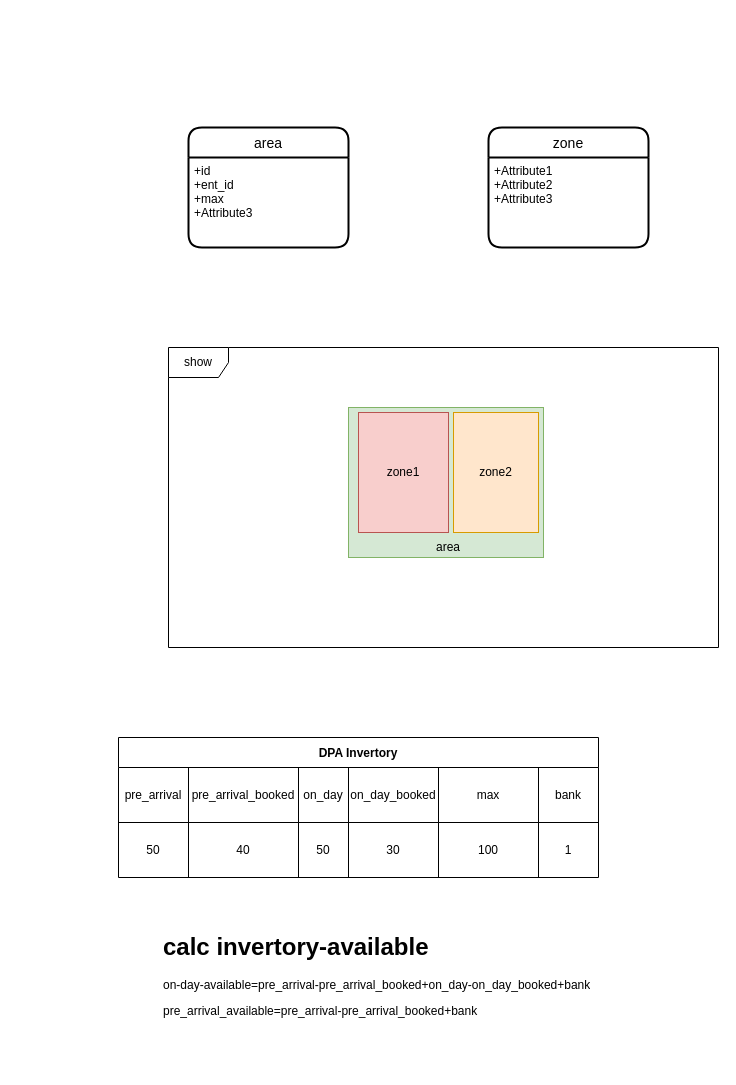
This is disney/ent_inventory_datad_structure.drawio from lixyu/draw, a draw.io file, before an edit. Source tidied: cells renumbered, new cells numbered last; positions are measured from the earlier drawing's top-left corner, leaving out a move shared by most shapes. Both pictures are drawn from the tidied source at 100%, with x=0, y=0 at pixel (118, 127).
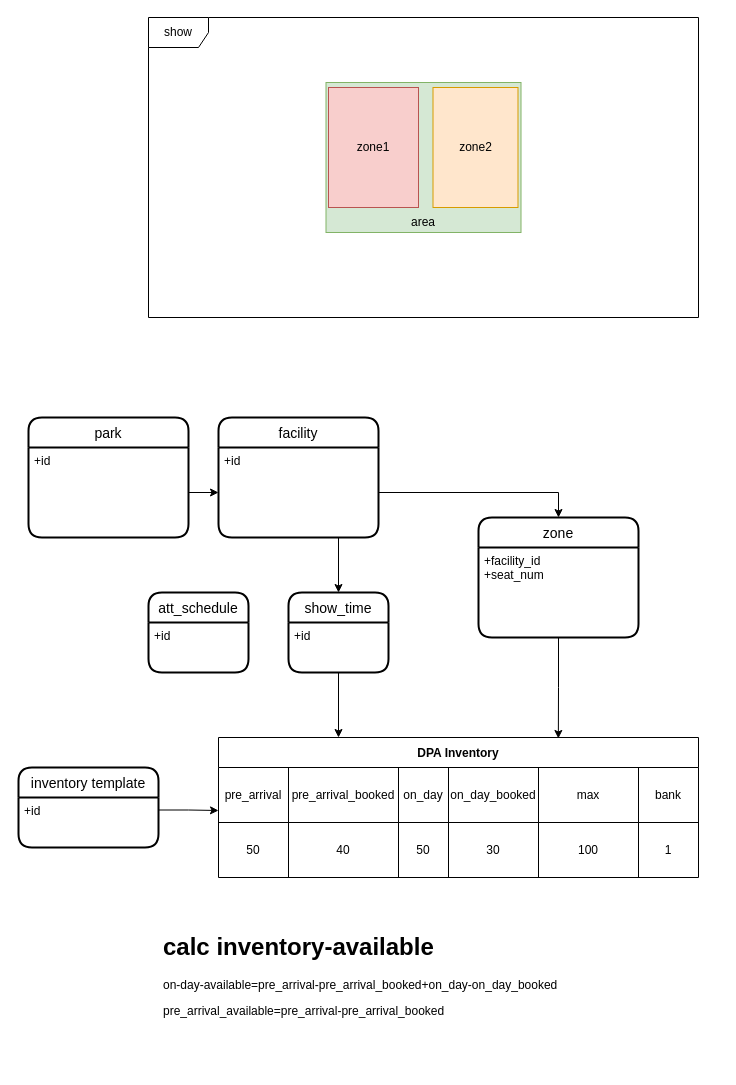
The same page after the edit.

Unchanged cells that the change refers to:
```xml
<mxCell id="12" style="shape=tableRow;horizontal=0;startSize=0;swimlaneHead=0;swimlaneBody=0;top=0;left=0;bottom=0;right=0;fillColor=none;points=[[0,0.5],[1,0.5]];portConstraint=eastwest;" parent="11" vertex="1">
  <mxGeometry y="30" width="480" height="55" as="geometry" />
</mxCell>
```

What changed in the source:
```diff
@@
-    <mxCell id="2" value="area" style="swimlane;horizontal=1;startSize=30;rounded=1;fontSize=14;fontStyle=0;strokeWidth=2;shadow=0;dashed=0;align=center;" parent="1" vertex="1">
-      <mxGeometry x="70" width="160" height="120" as="geometry" />
-    </mxCell>
-    <mxCell id="3" value="+id&#10;+ent_id&#10;+max&#10;+Attribute3" style="align=left;strokeColor=none;fillColor=none;spacingLeft=4;fontSize=12;verticalAlign=top;" parent="2" vertex="1">
-      <mxGeometry y="30" width="160" height="90" as="geometry" />
-    </mxCell>
     <mxCell id="4" value="show" style="shape=umlFrame;whiteSpace=wrap;html=1;" parent="1" vertex="1">
-      <mxGeometry x="50" y="220" width="550" height="300" as="geometry" />
+      <mxGeometry x="30" y="-110" width="550" height="300" as="geometry" />
     </mxCell>
     <mxCell id="5" style="rounded=0;whiteSpace=wrap;html=1;fillColor=#d5e8d4;strokeColor=#82b366;" parent="1" vertex="1">
-      <mxGeometry x="230" y="280" width="195" height="150" as="geometry" />
+      <mxGeometry x="207.5" y="-45" width="195" height="150" as="geometry" />
     </mxCell>
     <mxCell id="6" value="zone1" style="rounded=0;whiteSpace=wrap;html=1;fillColor=#f8cecc;strokeColor=#b85450;" parent="1" vertex="1">
-      <mxGeometry x="240" y="285" width="90" height="120" as="geometry" />
+      <mxGeometry x="210" y="-40" width="90" height="120" as="geometry" />
     </mxCell>
     <mxCell id="7" value="zone2" style="rounded=0;whiteSpace=wrap;html=1;fillColor=#ffe6cc;strokeColor=#d79b00;" parent="1" vertex="1">
-      <mxGeometry x="335" y="285" width="85" height="120" as="geometry" />
+      <mxGeometry x="314.5" y="-40" width="85" height="120" as="geometry" />
     </mxCell>
     <mxCell id="8" value="area" style="text;html=1;strokeColor=none;fillColor=none;align=center;verticalAlign=middle;whiteSpace=wrap;rounded=0;" parent="1" vertex="1">
-      <mxGeometry x="300" y="405" width="60" height="30" as="geometry" />
+      <mxGeometry x="275" y="80" width="60" height="30" as="geometry" />
     </mxCell>
     <mxCell id="9" value="zone" style="swimlane;horizontal=1;startSize=30;rounded=1;fontSize=14;fontStyle=0;strokeWidth=2;shadow=0;dashed=0;align=center;" parent="1" vertex="1">
-      <mxGeometry x="370" width="160" height="120" as="geometry" />
+      <mxGeometry x="360" y="390" width="160" height="120" as="geometry" />
     </mxCell>
-    <mxCell id="10" value="+Attribute1&#10;+Attribute2&#10;+Attribute3" style="align=left;strokeColor=none;fillColor=none;spacingLeft=4;fontSize=12;verticalAlign=top;" parent="9" vertex="1">
+    <mxCell id="10" value="+facility_id&#10;+seat_num" style="align=left;strokeColor=none;fillColor=none;spacingLeft=4;fontSize=12;verticalAlign=top;" parent="9" vertex="1">
       <mxGeometry y="30" width="160" height="90" as="geometry" />
     </mxCell>
-    <mxCell id="11" value="DPA Invertory" style="shape=table;startSize=30;childLayout=tableLayout;fontStyle=1;align=center;" parent="1" vertex="1">
-      <mxGeometry y="610" width="480" height="140" as="geometry" />
+    <mxCell id="11" value="DPA Inventory" style="shape=table;startSize=30;childLayout=tableLayout;fontStyle=1;align=center;" parent="1" vertex="1">
+      <mxGeometry x="100" y="610" width="480" height="140" as="geometry" />
     </mxCell>
@@
-    <mxCell id="26" value="&lt;h1&gt;calc invertory-available&lt;/h1&gt;&lt;p&gt;on-day-available=pre_arrival-pre_arrival_booked+on_day-on_day_booked+bank&lt;/p&gt;&lt;p&gt;pre_arrival_available=pre_arrival-pre_arrival_booked+bank&lt;/p&gt;" style="text;html=1;strokeColor=none;fillColor=none;spacing=5;spacingTop=-20;whiteSpace=wrap;overflow=hidden;rounded=0;" parent="1" vertex="1">
+    <mxCell id="26" value="&lt;h1&gt;calc inventory-available&lt;/h1&gt;&lt;p&gt;on-day-available=pre_arrival-pre_arrival_booked+on_day-on_day_booked&lt;/p&gt;&lt;p&gt;pre_arrival_available=pre_arrival-pre_arrival_booked&lt;/p&gt;" style="text;html=1;strokeColor=none;fillColor=none;spacing=5;spacingTop=-20;whiteSpace=wrap;overflow=hidden;rounded=0;" parent="1" vertex="1">
       <mxGeometry x="40" y="800" width="460" height="140" as="geometry" />
     </mxCell>
+    <mxCell id="27" value="facility" style="swimlane;horizontal=1;startSize=30;rounded=1;fontSize=14;fontStyle=0;strokeWidth=2;shadow=0;dashed=0;align=center;" parent="1" vertex="1">
+      <mxGeometry x="100" y="290" width="160" height="120" as="geometry" />
+    </mxCell>
+    <mxCell id="28" value="+id&#10;" style="align=left;strokeColor=none;fillColor=none;spacingLeft=4;fontSize=12;verticalAlign=top;" parent="27" vertex="1">
+      <mxGeometry y="30" width="160" height="90" as="geometry" />
+    </mxCell>
+    <mxCell id="29" value="park" style="swimlane;horizontal=1;startSize=30;rounded=1;fontSize=14;fontStyle=0;strokeWidth=2;shadow=0;dashed=0;align=center;" parent="1" vertex="1">
+      <mxGeometry x="-90" y="290" width="160" height="120" as="geometry" />
+    </mxCell>
+    <mxCell id="30" value="+id&#10;" style="align=left;strokeColor=none;fillColor=none;spacingLeft=4;fontSize=12;verticalAlign=top;" parent="29" vertex="1">
+      <mxGeometry y="30" width="160" height="90" as="geometry" />
+    </mxCell>
+    <mxCell id="31" value="att_schedule" style="swimlane;horizontal=1;startSize=30;rounded=1;fontSize=14;fontStyle=0;strokeWidth=2;shadow=0;dashed=0;align=center;" parent="1" vertex="1">
+      <mxGeometry x="30" y="465" width="100" height="80" as="geometry" />
+    </mxCell>
+    <mxCell id="32" value="+id&#10;" style="align=left;strokeColor=none;fillColor=none;spacingLeft=4;fontSize=12;verticalAlign=top;" parent="31" vertex="1">
+      <mxGeometry y="30" width="100" height="50" as="geometry" />
+    </mxCell>
+    <mxCell id="33" value="show_time" style="swimlane;horizontal=1;startSize=30;rounded=1;fontSize=14;fontStyle=0;strokeWidth=2;shadow=0;dashed=0;align=center;" parent="1" vertex="1">
+      <mxGeometry x="170" y="465" width="100" height="80" as="geometry" />
+    </mxCell>
+    <mxCell id="34" value="+id&#10;" style="align=left;strokeColor=none;fillColor=none;spacingLeft=4;fontSize=12;verticalAlign=top;" parent="33" vertex="1">
+      <mxGeometry y="30" width="100" height="50" as="geometry" />
+    </mxCell>
+    <mxCell id="35" style="edgeStyle=orthogonalEdgeStyle;rounded=0;jettySize=auto;html=1;exitX=1;exitY=0.5;exitDx=0;exitDy=0;entryX=0;entryY=0.5;entryDx=0;entryDy=0;" parent="1" edge="1" source="30" target="28">
+      <mxGeometry relative="1" as="geometry" />
+    </mxCell>
+    <mxCell id="36" style="edgeStyle=orthogonalEdgeStyle;rounded=0;jettySize=auto;html=1;exitX=1;exitY=0.5;exitDx=0;exitDy=0;entryX=0.5;entryY=0;entryDx=0;entryDy=0;" parent="1" edge="1" source="28" target="9">
+      <mxGeometry relative="1" as="geometry" />
+    </mxCell>
+    <mxCell id="37" style="edgeStyle=orthogonalEdgeStyle;rounded=0;jettySize=auto;html=1;exitX=0.75;exitY=1;exitDx=0;exitDy=0;entryX=0.5;entryY=0;entryDx=0;entryDy=0;" parent="1" edge="1" source="28" target="33">
+      <mxGeometry relative="1" as="geometry" />
+    </mxCell>
+    <mxCell id="38" style="edgeStyle=orthogonalEdgeStyle;rounded=0;jettySize=auto;html=1;exitX=0.5;exitY=1;exitDx=0;exitDy=0;entryX=0.25;entryY=0;entryDx=0;entryDy=0;" parent="1" edge="1" source="34" target="11">
+      <mxGeometry relative="1" as="geometry" />
+    </mxCell>
+    <mxCell id="39" style="edgeStyle=orthogonalEdgeStyle;rounded=0;jettySize=auto;html=1;exitX=0.5;exitY=1;exitDx=0;exitDy=0;entryX=0.708;entryY=0.007;entryDx=0;entryDy=0;entryPerimeter=0;" parent="1" edge="1" source="10" target="11">
+      <mxGeometry relative="1" as="geometry" />
+    </mxCell>
+    <mxCell id="40" value="inventory template" style="swimlane;horizontal=1;startSize=30;rounded=1;fontSize=14;fontStyle=0;strokeWidth=2;shadow=0;dashed=0;align=center;" parent="1" vertex="1">
+      <mxGeometry x="-100" y="640" width="140" height="80" as="geometry" />
+    </mxCell>
+    <mxCell id="41" value="+id&#10;" style="align=left;strokeColor=none;fillColor=none;spacingLeft=4;fontSize=12;verticalAlign=top;" parent="40" vertex="1">
+      <mxGeometry y="30" width="140" height="50" as="geometry" />
+    </mxCell>
+    <mxCell id="42" style="edgeStyle=orthogonalEdgeStyle;rounded=0;jettySize=auto;html=1;exitX=1;exitY=0.25;exitDx=0;exitDy=0;entryX=0;entryY=0.782;entryDx=0;entryDy=0;entryPerimeter=0;" parent="1" edge="1" source="41" target="12">
+      <mxGeometry relative="1" as="geometry" />
+    </mxCell>
```
